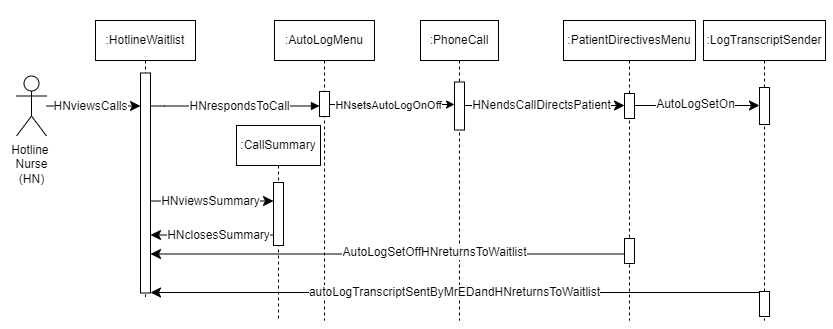
Earlier version of the draw.io export AmirWork/M2/Nurse_Hotline_SequenceDiagram.drawio.png (SENG-350-2024-fall/Team9). Source tidied: cells renumbered, new cells last; positions are measured from the earlier drawing's top-left corner, leaving out a move shared by most shapes.
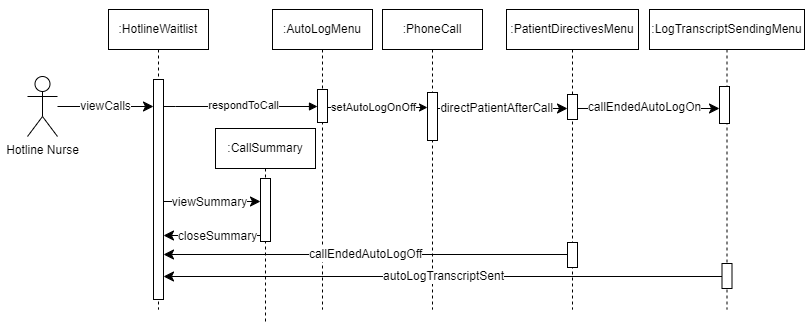
After the change.

Change to the diagram source:
```diff
@@ -2,61 +2,51 @@
   <root>
     <mxCell id="0" />
     <mxCell id="1" parent="0" />
+    <mxCell id="3" style="rounded=0;whiteSpace=wrap;html=1;strokeColor=none;" parent="1" vertex="1">
+      <mxGeometry x="740" y="-6" width="79" height="60.5" as="geometry" />
+    </mxCell>
     <mxCell id="2" style="rounded=0;whiteSpace=wrap;html=1;strokeColor=none;" parent="1" vertex="1">
-      <mxGeometry y="20" width="116" height="129.5" as="geometry" />
+      <mxGeometry x="9" y="-3" width="127" height="147" as="geometry" />
     </mxCell>
-    <mxCell id="3" style="rounded=0;whiteSpace=wrap;html=1;strokeColor=none;" parent="1" vertex="1">
-      <mxGeometry x="754" width="79" height="329" as="geometry" />
-    </mxCell>
     <mxCell id="4" value=":CallSummary" style="shape=umlLifeline;perimeter=lifelinePerimeter;whiteSpace=wrap;html=1;newEdgeStyle={&quot;edgeStyle&quot;:&quot;elbowEdgeStyle&quot;,&quot;elbow&quot;:&quot;vertical&quot;,&quot;curved&quot;:0,&quot;rounded&quot;:0};" parent="1" vertex="1">
-      <mxGeometry x="236" y="125" width="84" height="195" as="geometry" />
+      <mxGeometry x="224" y="122" width="100" height="195" as="geometry" />
     </mxCell>
     <mxCell id="5" style="html=1;points=[];perimeter=orthogonalPerimeter;outlineConnect=0;targetShapes=umlLifeline;portConstraint=eastwest;newEdgeStyle={&quot;edgeStyle&quot;:&quot;elbowEdgeStyle&quot;,&quot;elbow&quot;:&quot;vertical&quot;,&quot;curved&quot;:0,&quot;rounded&quot;:0};" parent="4" vertex="1">
-      <mxGeometry x="37" y="57" width="10" height="63" as="geometry" />
+      <mxGeometry x="45" y="50" width="10" height="63" as="geometry" />
     </mxCell>
     <mxCell id="6" value=":HotlineWaitlist" style="shape=umlLifeline;perimeter=lifelinePerimeter;whiteSpace=wrap;html=1;newEdgeStyle={&quot;edgeStyle&quot;:&quot;elbowEdgeStyle&quot;,&quot;elbow&quot;:&quot;vertical&quot;,&quot;curved&quot;:0,&quot;rounded&quot;:0};" parent="1" vertex="1">
-      <mxGeometry x="95" y="20" width="100" height="276.5" as="geometry" />
+      <mxGeometry x="117" y="3" width="100" height="300" as="geometry" />
     </mxCell>
     <mxCell id="7" style="html=1;points=[];perimeter=orthogonalPerimeter;outlineConnect=0;targetShapes=umlLifeline;portConstraint=eastwest;newEdgeStyle={&quot;edgeStyle&quot;:&quot;elbowEdgeStyle&quot;,&quot;elbow&quot;:&quot;vertical&quot;,&quot;curved&quot;:0,&quot;rounded&quot;:0};" parent="6" vertex="1">
-      <mxGeometry x="45" y="52.5" width="10" height="220" as="geometry" />
+      <mxGeometry x="45" y="70" width="10" height="220" as="geometry" />
     </mxCell>
     <mxCell id="8" value=":AutoLogMenu" style="shape=umlLifeline;perimeter=lifelinePerimeter;whiteSpace=wrap;html=1;newEdgeStyle={&quot;edgeStyle&quot;:&quot;elbowEdgeStyle&quot;,&quot;elbow&quot;:&quot;vertical&quot;,&quot;curved&quot;:0,&quot;rounded&quot;:0};" parent="1" vertex="1">
-      <mxGeometry x="274" y="20" width="100" height="300" as="geometry" />
+      <mxGeometry x="281" y="3" width="100" height="300" as="geometry" />
     </mxCell>
     <mxCell id="9" style="html=1;points=[];perimeter=orthogonalPerimeter;outlineConnect=0;targetShapes=umlLifeline;portConstraint=eastwest;newEdgeStyle={&quot;edgeStyle&quot;:&quot;elbowEdgeStyle&quot;,&quot;elbow&quot;:&quot;vertical&quot;,&quot;curved&quot;:0,&quot;rounded&quot;:0};" parent="8" vertex="1">
-      <mxGeometry x="45" y="71" width="10" height="25" as="geometry" />
+      <mxGeometry x="45" y="80" width="10" height="33" as="geometry" />
     </mxCell>
-    <mxCell id="10" style="html=1;verticalAlign=bottom;endArrow=block;edgeStyle=elbowEdgeStyle;elbow=vertical;curved=0;rounded=0;" parent="1" edge="1" source="7" target="9">
-      <mxGeometry x="0.14" y="5" relative="1" as="geometry">
+    <mxCell id="10" value="respondToCall" style="html=1;verticalAlign=bottom;endArrow=block;edgeStyle=elbowEdgeStyle;elbow=vertical;curved=0;rounded=0;" parent="1" edge="1" source="7" target="9">
+      <mxGeometry x="0.04" y="-8" relative="1" as="geometry">
         <Array as="points">
-          <mxPoint x="164" y="105.5" />
+          <mxPoint x="184" y="100" />
         </Array>
       </mxGeometry>
     </mxCell>
-    <mxCell id="11" value="HNrespondsToCall" style="edgeLabel;html=1;align=center;verticalAlign=middle;fontSize=12;" parent="10" vertex="1">
-      <mxGeometry x="0.28" y="-1" relative="1" as="geometry">
-        <mxPoint x="-20" y="-1" as="offset" />
-      </mxGeometry>
-    </mxCell>
-    <mxCell id="12" style="edgeStyle=none;curved=1;rounded=0;jettySize=auto;html=1;fontSize=12;startSize=8;endSize=8;" parent="1" edge="1" source="14" target="7">
+    <mxCell id="12" value="viewCalls" style="edgeStyle=none;curved=1;rounded=0;jettySize=auto;html=1;fontSize=12;startSize=8;endSize=8;" parent="1" edge="1" source="14" target="7">
       <mxGeometry relative="1" as="geometry" />
     </mxCell>
-    <mxCell id="13" value="HNviewsCalls" style="edgeLabel;html=1;align=center;verticalAlign=middle;fontSize=12;" parent="12" vertex="1">
-      <mxGeometry x="0.22" y="1" relative="1" as="geometry">
-        <mxPoint x="-14" y="1" as="offset" />
-      </mxGeometry>
-    </mxCell>
-    <mxCell id="14" value="Hotline&amp;nbsp;&lt;div&gt;Nurse&lt;div&gt;(HN)&lt;/div&gt;&lt;/div&gt;" style="shape=umlActor;verticalLabelPosition=bottom;verticalAlign=top;html=1;outlineConnect=0;" parent="1" vertex="1">
-      <mxGeometry x="16" y="75.5" width="30" height="60" as="geometry" />
+    <mxCell id="14" value="Hotline Nurse" style="shape=umlActor;verticalLabelPosition=bottom;verticalAlign=top;html=1;outlineConnect=0;" parent="1" vertex="1">
+      <mxGeometry x="36" y="70" width="30" height="60" as="geometry" />
     </mxCell>
     <mxCell id="15" style="edgeStyle=elbowEdgeStyle;curved=0;rounded=0;jettySize=auto;html=1;elbow=horizontal;fontSize=12;startSize=8;endSize=8;" parent="1" edge="1" source="7" target="5">
       <mxGeometry relative="1" as="geometry">
         <Array as="points">
-          <mxPoint x="206" y="200.5" />
+          <mxPoint x="226" y="195" />
         </Array>
       </mxGeometry>
     </mxCell>
-    <mxCell id="16" value="HNviewsSummary" style="edgeLabel;html=1;align=center;verticalAlign=middle;fontSize=12;" parent="15" vertex="1">
+    <mxCell id="16" value="viewSummary" style="edgeLabel;html=1;align=center;verticalAlign=middle;fontSize=12;" parent="15" vertex="1">
       <mxGeometry x="0.09" y="-1" relative="1" as="geometry">
         <mxPoint x="-8" y="-1" as="offset" />
       </mxGeometry>
@@ -64,81 +54,82 @@
     <mxCell id="17" style="edgeStyle=elbowEdgeStyle;curved=0;rounded=0;jettySize=auto;html=1;elbow=horizontal;fontSize=12;startSize=8;endSize=8;" parent="1" edge="1" source="5" target="7">
       <mxGeometry relative="1" as="geometry">
         <Array as="points">
-          <mxPoint x="206" y="234.5" />
+          <mxPoint x="226" y="229" />
         </Array>
       </mxGeometry>
     </mxCell>
-    <mxCell id="18" value="HNclosesSummary" style="edgeLabel;html=1;align=center;verticalAlign=middle;fontSize=12;" parent="17" vertex="1">
+    <mxCell id="18" value="closeSummary" style="edgeLabel;html=1;align=center;verticalAlign=middle;fontSize=12;" parent="17" vertex="1">
       <mxGeometry x="-0.1" relative="1" as="geometry" />
     </mxCell>
     <mxCell id="19" value=":PhoneCall" style="shape=umlLifeline;perimeter=lifelinePerimeter;whiteSpace=wrap;html=1;newEdgeStyle={&quot;edgeStyle&quot;:&quot;elbowEdgeStyle&quot;,&quot;elbow&quot;:&quot;vertical&quot;,&quot;curved&quot;:0,&quot;rounded&quot;:0};" parent="1" vertex="1">
-      <mxGeometry x="420" y="20" width="78" height="300" as="geometry" />
+      <mxGeometry x="391" y="3" width="100" height="300" as="geometry" />
     </mxCell>
     <mxCell id="20" style="html=1;points=[];perimeter=orthogonalPerimeter;outlineConnect=0;targetShapes=umlLifeline;portConstraint=eastwest;newEdgeStyle={&quot;edgeStyle&quot;:&quot;elbowEdgeStyle&quot;,&quot;elbow&quot;:&quot;vertical&quot;,&quot;curved&quot;:0,&quot;rounded&quot;:0};" parent="19" vertex="1">
-      <mxGeometry x="34" y="61.5" width="10" height="48" as="geometry" />
+      <mxGeometry x="45" y="83" width="10" height="48" as="geometry" />
     </mxCell>
     <mxCell id="21" style="edgeStyle=elbowEdgeStyle;rounded=0;jettySize=auto;html=1;elbow=horizontal;curved=0;" parent="1" edge="1" source="9" target="20">
       <mxGeometry relative="1" as="geometry">
         <Array as="points">
-          <mxPoint x="419" y="104" />
+          <mxPoint x="407" y="101" />
         </Array>
       </mxGeometry>
     </mxCell>
-    <mxCell id="22" value="HNsetsAutoLogOnOff" style="edgeLabel;html=1;align=center;verticalAlign=middle;" parent="21" vertex="1">
+    <mxCell id="22" value="setAutoLogOnOff" style="edgeLabel;html=1;align=center;verticalAlign=middle;" parent="21" vertex="1">
       <mxGeometry x="-0.03" y="3" relative="1" as="geometry">
-        <mxPoint x="-3" y="3" as="offset" />
+        <mxPoint x="-4" y="2" as="offset" />
       </mxGeometry>
     </mxCell>
     <mxCell id="23" value=":PatientDirectivesMenu" style="shape=umlLifeline;perimeter=lifelinePerimeter;whiteSpace=wrap;html=1;newEdgeStyle={&quot;edgeStyle&quot;:&quot;elbowEdgeStyle&quot;,&quot;elbow&quot;:&quot;vertical&quot;,&quot;curved&quot;:0,&quot;rounded&quot;:0};" parent="1" vertex="1">
-      <mxGeometry x="563" y="20" width="132" height="300" as="geometry" />
+      <mxGeometry x="515" y="3" width="132" height="300" as="geometry" />
     </mxCell>
     <mxCell id="24" style="html=1;points=[];perimeter=orthogonalPerimeter;outlineConnect=0;targetShapes=umlLifeline;portConstraint=eastwest;newEdgeStyle={&quot;edgeStyle&quot;:&quot;elbowEdgeStyle&quot;,&quot;elbow&quot;:&quot;vertical&quot;,&quot;curved&quot;:0,&quot;rounded&quot;:0};" parent="23" vertex="1">
-      <mxGeometry x="61" y="73" width="10" height="25" as="geometry" />
+      <mxGeometry x="61" y="85" width="10" height="25" as="geometry" />
     </mxCell>
     <mxCell id="25" style="html=1;points=[];perimeter=orthogonalPerimeter;outlineConnect=0;targetShapes=umlLifeline;portConstraint=eastwest;newEdgeStyle={&quot;edgeStyle&quot;:&quot;elbowEdgeStyle&quot;,&quot;elbow&quot;:&quot;vertical&quot;,&quot;curved&quot;:0,&quot;rounded&quot;:0};" parent="23" vertex="1">
-      <mxGeometry x="61" y="218" width="10" height="25" as="geometry" />
+      <mxGeometry x="61" y="233" width="10" height="25" as="geometry" />
     </mxCell>
     <mxCell id="26" style="edgeStyle=elbowEdgeStyle;curved=0;rounded=0;jettySize=auto;html=1;elbow=vertical;fontSize=12;startSize=8;endSize=8;" parent="1" edge="1" source="20" target="24">
       <mxGeometry relative="1" as="geometry">
         <Array as="points">
-          <mxPoint x="543" y="105" />
+          <mxPoint x="531" y="102" />
         </Array>
       </mxGeometry>
     </mxCell>
-    <mxCell id="27" value="HNendsCallDirectsPatient" style="edgeLabel;html=1;align=center;verticalAlign=middle;fontSize=12;" parent="26" vertex="1">
+    <mxCell id="27" value="directPatientAfterCall" style="edgeLabel;html=1;align=center;verticalAlign=middle;fontSize=12;" parent="26" vertex="1">
       <mxGeometry x="-0.35" relative="1" as="geometry">
-        <mxPoint x="24" y="-1" as="offset" />
+        <mxPoint x="16" y="-1" as="offset" />
       </mxGeometry>
     </mxCell>
-    <mxCell id="28" value=":LogTranscriptSender" style="shape=umlLifeline;perimeter=lifelinePerimeter;whiteSpace=wrap;html=1;newEdgeStyle={&quot;edgeStyle&quot;:&quot;elbowEdgeStyle&quot;,&quot;elbow&quot;:&quot;vertical&quot;,&quot;curved&quot;:0,&quot;rounded&quot;:0};" parent="1" vertex="1">
-      <mxGeometry x="703" y="20" width="122" height="300" as="geometry" />
+    <mxCell id="28" value=":LogTranscriptSendingMenu" style="shape=umlLifeline;perimeter=lifelinePerimeter;whiteSpace=wrap;html=1;newEdgeStyle={&quot;edgeStyle&quot;:&quot;elbowEdgeStyle&quot;,&quot;elbow&quot;:&quot;vertical&quot;,&quot;curved&quot;:0,&quot;rounded&quot;:0};" parent="1" vertex="1">
+      <mxGeometry x="658" y="3" width="155" height="300" as="geometry" />
     </mxCell>
     <mxCell id="29" style="html=1;points=[];perimeter=orthogonalPerimeter;outlineConnect=0;targetShapes=umlLifeline;portConstraint=eastwest;newEdgeStyle={&quot;edgeStyle&quot;:&quot;elbowEdgeStyle&quot;,&quot;elbow&quot;:&quot;vertical&quot;,&quot;curved&quot;:0,&quot;rounded&quot;:0};" parent="28" vertex="1">
-      <mxGeometry x="56" y="271" width="10" height="25" as="geometry" />
+      <mxGeometry x="72.5" y="254" width="10" height="25" as="geometry" />
     </mxCell>
-    <mxCell id="30" style="html=1;points=[];perimeter=orthogonalPerimeter;outlineConnect=0;targetShapes=umlLifeline;portConstraint=eastwest;newEdgeStyle={&quot;edgeStyle&quot;:&quot;elbowEdgeStyle&quot;,&quot;elbow&quot;:&quot;vertical&quot;,&quot;curved&quot;:0,&quot;rounded&quot;:0};" parent="28" vertex="1">
-      <mxGeometry x="56" y="67" width="10" height="37" as="geometry" />
-    </mxCell>
-    <mxCell id="31" style="edgeStyle=elbowEdgeStyle;curved=0;rounded=0;jettySize=auto;html=1;elbow=vertical;fontSize=12;startSize=8;endSize=8;" parent="1" edge="1" source="24" target="30">
+    <mxCell id="31" style="edgeStyle=elbowEdgeStyle;curved=0;rounded=0;jettySize=auto;html=1;elbow=vertical;fontSize=12;startSize=8;endSize=8;" parent="1" edge="1" source="24">
       <mxGeometry relative="1" as="geometry">
+        <mxPoint x="728" y="102" as="targetPoint" />
         <Array as="points">
-          <mxPoint x="673" y="105" />
+          <mxPoint x="661" y="102" />
         </Array>
       </mxGeometry>
     </mxCell>
-    <mxCell id="32" value="AutoLogSetOn" style="edgeLabel;html=1;align=center;verticalAlign=middle;fontSize=12;" parent="31" vertex="1">
+    <mxCell id="32" value="callEndedAutoLogOn" style="edgeLabel;html=1;align=center;verticalAlign=middle;fontSize=12;" parent="31" vertex="1">
       <mxGeometry x="-0.37" y="2" relative="1" as="geometry">
         <mxPoint x="21" as="offset" />
       </mxGeometry>
     </mxCell>
+    <mxCell id="30" style="html=1;points=[];perimeter=orthogonalPerimeter;outlineConnect=0;targetShapes=umlLifeline;portConstraint=eastwest;newEdgeStyle={&quot;edgeStyle&quot;:&quot;elbowEdgeStyle&quot;,&quot;elbow&quot;:&quot;vertical&quot;,&quot;curved&quot;:0,&quot;rounded&quot;:0};" parent="1" vertex="1">
+      <mxGeometry x="728" y="80" width="10" height="37" as="geometry" />
+    </mxCell>
-    <mxCell id="33" value="AutoLogSetOffHNreturnsToWaitlist" style="edgeStyle=elbowEdgeStyle;curved=0;rounded=0;jettySize=auto;html=1;elbow=horizontal;fontSize=12;startSize=8;endSize=8;startArrow=classic;startFill=1;endArrow=none;endFill=0;" parent="1" edge="1" source="7" target="25">
-      <mxGeometry x="0.2" y="2" relative="1" as="geometry">
+    <mxCell id="33" value="callEndedAutoLogOff" style="edgeStyle=elbowEdgeStyle;curved=0;rounded=0;jettySize=auto;html=1;elbow=vertical;fontSize=12;startSize=8;endSize=8;startArrow=classic;startFill=1;endArrow=none;endFill=0;" parent="1" edge="1" source="7" target="25">
+      <mxGeometry relative="1" as="geometry">
         <Array as="points">
-          <mxPoint x="354" y="253.5" />
+          <mxPoint x="374" y="248" />
         </Array>
       </mxGeometry>
     </mxCell>
-    <mxCell id="34" value="autoLogTranscriptSentByMrEDandHNreturnsToWaitlist" style="edgeStyle=elbowEdgeStyle;curved=0;rounded=0;jettySize=auto;html=1;elbow=vertical;fontSize=12;startSize=8;endSize=8;" parent="1" edge="1" source="29" target="7">
+    <mxCell id="34" value="autoLogTranscriptSent" style="edgeStyle=elbowEdgeStyle;curved=0;rounded=0;jettySize=auto;html=1;elbow=vertical;fontSize=12;startSize=8;endSize=8;" parent="1" edge="1" source="29" target="7">
       <mxGeometry relative="1" as="geometry" />
     </mxCell>
   </root>
```
